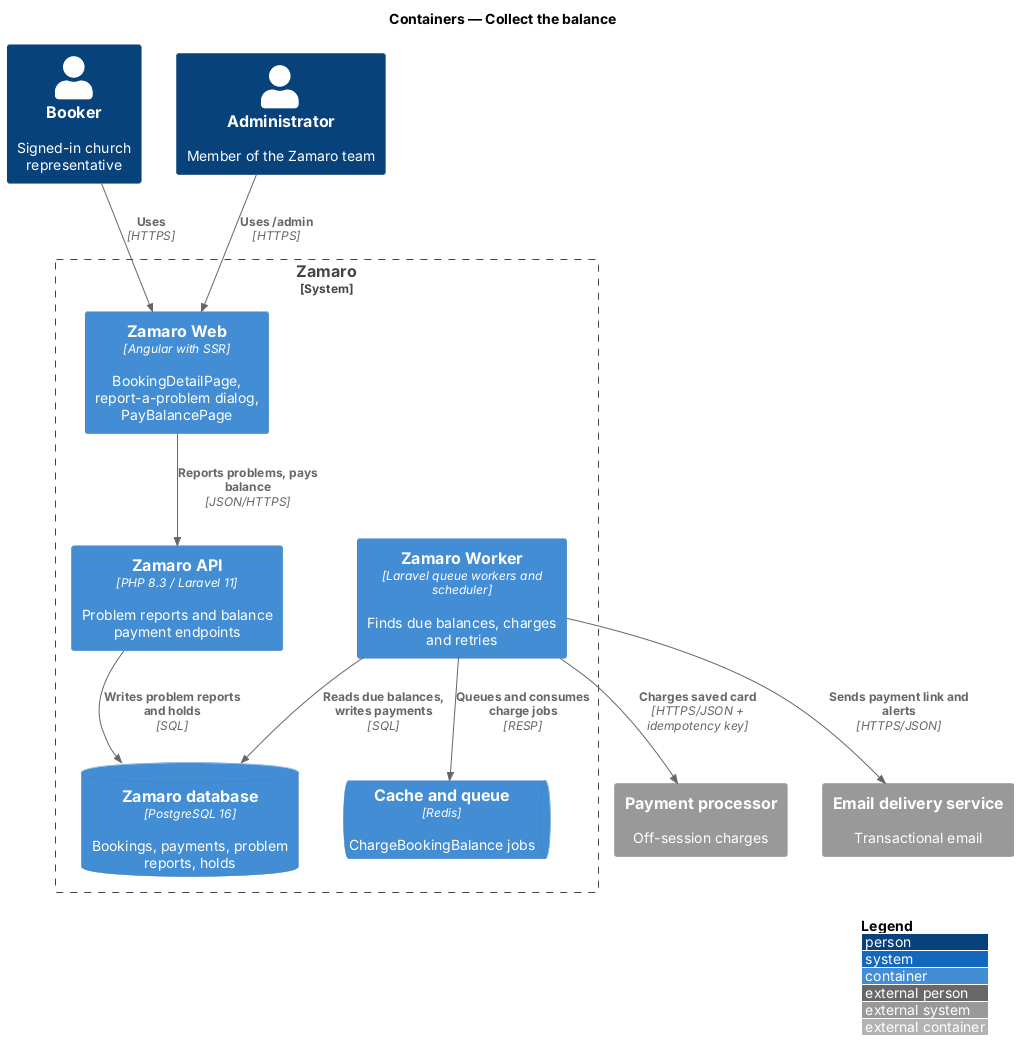
QuinntyneBrown/zamaro keeps this PlantUML diagram as docs/detailed-designs/payments/collect-balance/diagrams/c4-container.png. Above is the earlier version. The source it was exported from:
```plantuml
@startuml
!include <C4/C4_Container>
LAYOUT_WITH_LEGEND()
title Containers — Collect the balance

Person(booker, "Booker", "Signed-in church representative")
Person(admin, "Administrator", "Member of the Zamaro team")
System_Ext(processor, "Payment processor", "Off-session charges")
System_Ext(email, "Email delivery service", "Transactional email")
System_Boundary(zamaro, "Zamaro") {
  Container(web, "Zamaro Web", "Angular with SSR", "BookingDetailPage, report-a-problem dialog, PayBalancePage")
  Container(api, "Zamaro API", "PHP 8.3 / Laravel 11", "Problem reports and balance payment endpoints")
  Container(worker, "Zamaro Worker", "Laravel queue workers and scheduler", "Finds due balances, charges and retries")
  ContainerDb(db, "Zamaro database", "PostgreSQL 16", "Bookings, payments, problem reports, holds")
  ContainerQueue(cache, "Cache and queue", "Redis", "ChargeBookingBalance jobs")
}
Rel(booker, web, "Uses", "HTTPS")
Rel(admin, web, "Uses /admin", "HTTPS")
Rel(web, api, "Reports problems, pays balance", "JSON/HTTPS")
Rel(api, db, "Writes problem reports and holds", "SQL")
Rel(worker, db, "Reads due balances, writes payments", "SQL")
Rel(worker, cache, "Queues and consumes charge jobs", "RESP")
Rel(worker, processor, "Charges saved card", "HTTPS/JSON + idempotency key")
Rel(worker, email, "Sends payment link and alerts", "HTTPS/JSON")
@enduml
```
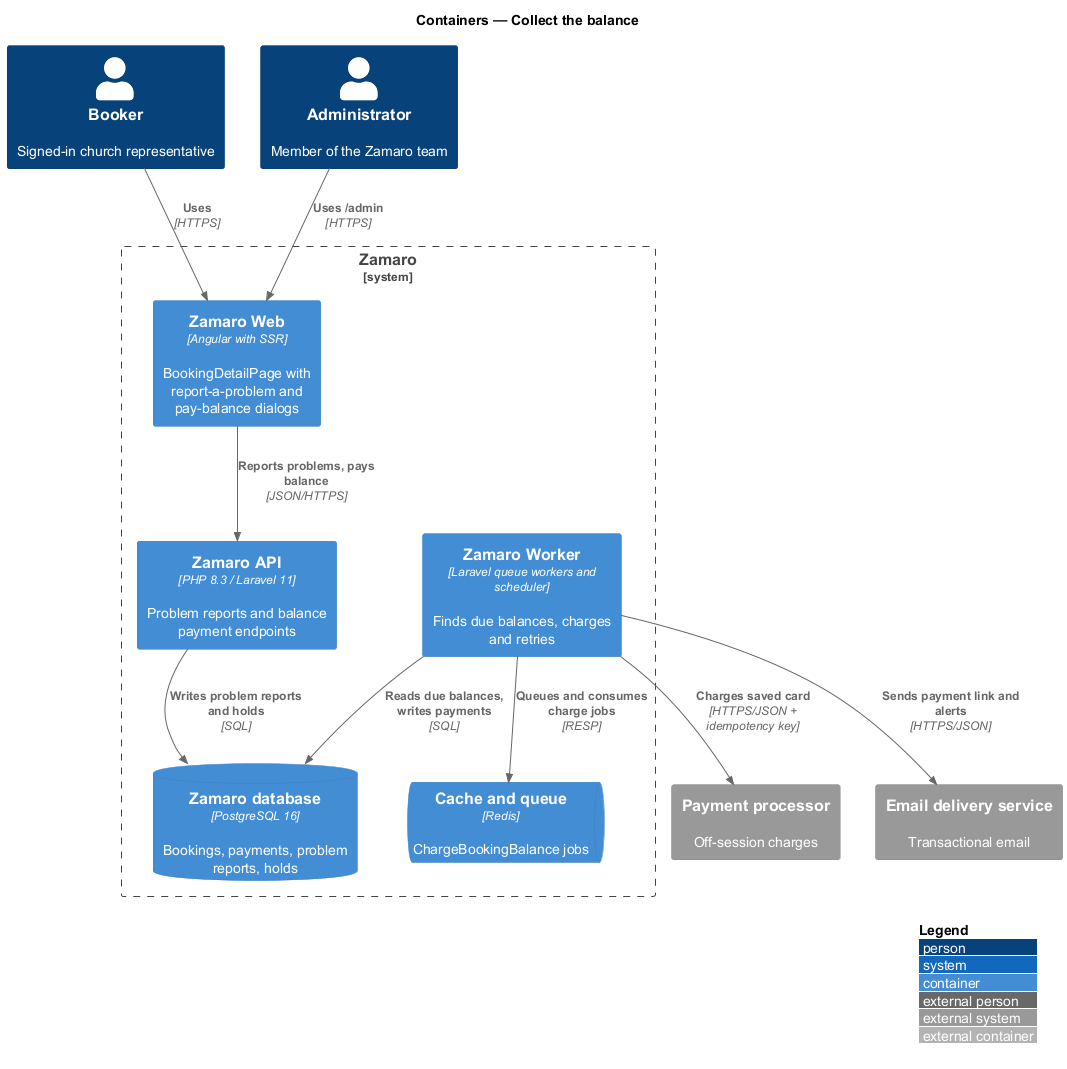
The same diagram one commit later.

What changed in the source:
```diff
@@ -8,7 +8,7 @@
 System_Ext(processor, "Payment processor", "Off-session charges")
 System_Ext(email, "Email delivery service", "Transactional email")
 System_Boundary(zamaro, "Zamaro") {
-  Container(web, "Zamaro Web", "Angular with SSR", "BookingDetailPage, report-a-problem dialog, PayBalancePage")
+  Container(web, "Zamaro Web", "Angular with SSR", "BookingDetailPage with report-a-problem and pay-balance dialogs")
   Container(api, "Zamaro API", "PHP 8.3 / Laravel 11", "Problem reports and balance payment endpoints")
   Container(worker, "Zamaro Worker", "Laravel queue workers and scheduler", "Finds due balances, charges and retries")
   ContainerDb(db, "Zamaro database", "PostgreSQL 16", "Bookings, payments, problem reports, holds")
```
